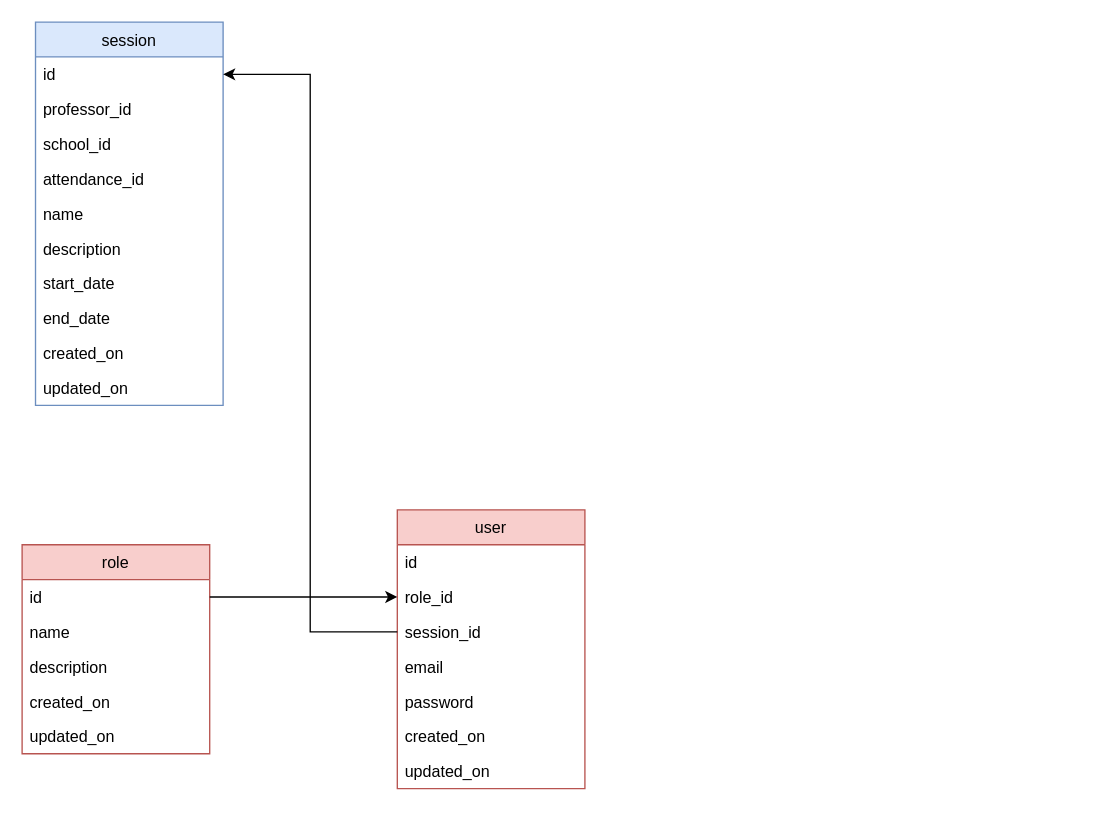
Above: docs/db/db-schema.drawio in F-Baker/montblanc (draw.io), before the change. Source tidied: cells renumbered, new cells numbered last; positions are measured from the earlier drawing's top-left corner, leaving out a move shared by most shapes. Both pictures are drawn from the tidied source at 134%, with x=0, y=0 at pixel (21, 21).
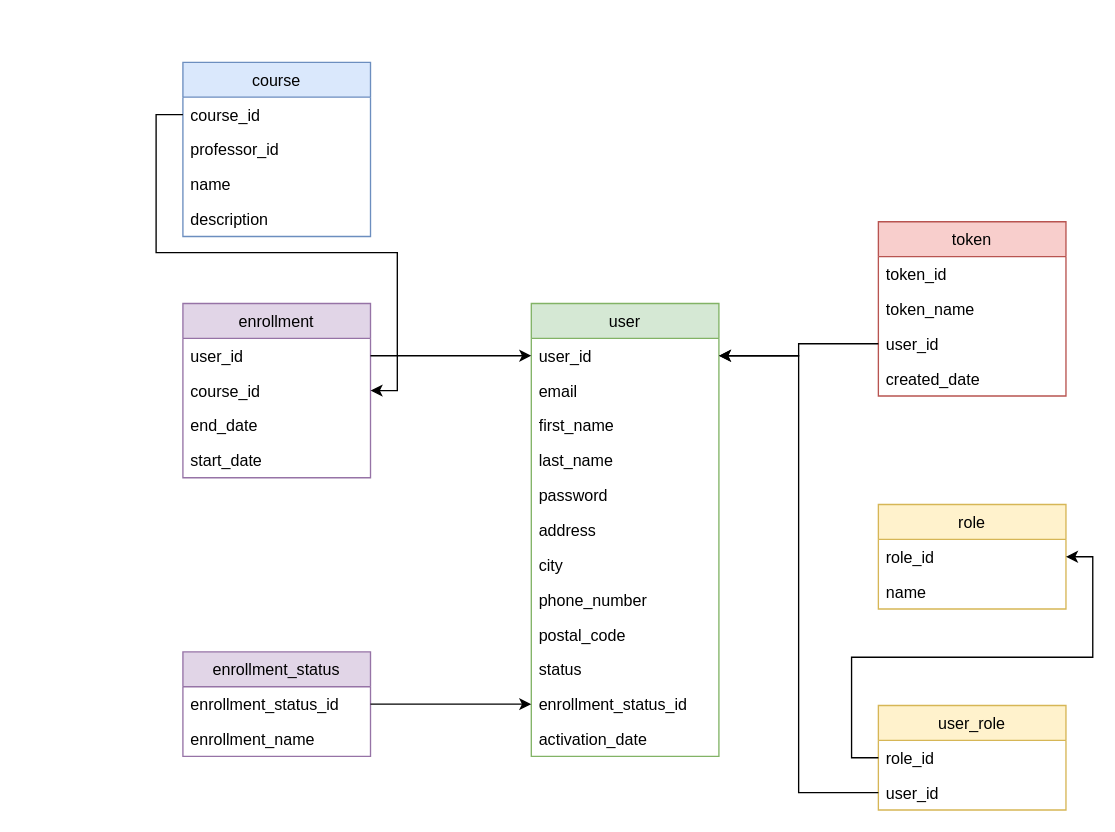
Above is the later version.

Diff of the diagram source:
```diff
@@
-    <mxCell id="2" value="role" style="swimlane;fontStyle=0;horizontal=1;startSize=26;fillColor=#f8cecc;strokeColor=#b85450;" parent="1" vertex="1">
-      <mxGeometry y="390" width="140" height="156" as="geometry" />
+    <mxCell id="2" value="role" style="swimlane;fontStyle=0;horizontal=1;startSize=26;fillColor=#fff2cc;strokeColor=#d6b656;" parent="1" vertex="1">
+      <mxGeometry x="639" y="360" width="140" height="78" as="geometry" />
     </mxCell>
-    <mxCell id="3" value="id" style="text;strokeColor=none;fillColor=none;align=left;verticalAlign=top;spacingLeft=4;spacingRight=4;overflow=hidden;points=[[0,0.5],[1,0.5]];portConstraint=eastwest;" parent="2" vertex="1">
+    <mxCell id="3" value="role_id" style="text;strokeColor=none;fillColor=none;align=left;verticalAlign=top;spacingLeft=4;spacingRight=4;overflow=hidden;points=[[0,0.5],[1,0.5]];portConstraint=eastwest;" parent="2" vertex="1">
       <mxGeometry y="26" width="140" height="26" as="geometry" />
     </mxCell>
@@
-    <mxCell id="5" value="description" style="text;strokeColor=none;fillColor=none;align=left;verticalAlign=top;spacingLeft=4;spacingRight=4;overflow=hidden;" parent="2" vertex="1">
-      <mxGeometry y="78" width="140" height="26" as="geometry" />
-    </mxCell>
-    <mxCell id="6" value="created_on" style="text;strokeColor=none;fillColor=none;align=left;verticalAlign=top;spacingLeft=4;spacingRight=4;overflow=hidden;" parent="2" vertex="1">
-      <mxGeometry y="104" width="140" height="26" as="geometry" />
-    </mxCell>
-    <mxCell id="7" value="updated_on" style="text;strokeColor=none;fillColor=none;align=left;verticalAlign=top;spacingLeft=4;spacingRight=4;overflow=hidden;" parent="2" vertex="1">
-      <mxGeometry y="130" width="140" height="26" as="geometry" />
-    </mxCell>
-    <mxCell id="8" value="user" style="swimlane;fontStyle=0;horizontal=1;startSize=26;fillColor=#f8cecc;strokeColor=#b85450;" parent="1" vertex="1">
-      <mxGeometry x="280" y="364" width="140" height="208" as="geometry" />
+    <mxCell id="8" value="user" style="swimlane;fontStyle=0;horizontal=1;startSize=26;fillColor=#d5e8d4;strokeColor=#82b366;" parent="1" vertex="1">
+      <mxGeometry x="380" y="210" width="140" height="338" as="geometry" />
     </mxCell>
-    <mxCell id="9" value="id" style="text;strokeColor=none;fillColor=none;align=left;verticalAlign=top;spacingLeft=4;spacingRight=4;overflow=hidden;points=[[0,0.5],[1,0.5]];portConstraint=eastwest;" parent="8" vertex="1">
+    <mxCell id="9" value="user_id" style="text;strokeColor=none;fillColor=none;align=left;verticalAlign=top;spacingLeft=4;spacingRight=4;overflow=hidden;points=[[0,0.5],[1,0.5]];portConstraint=eastwest;" parent="8" vertex="1">
       <mxGeometry y="26" width="140" height="26" as="geometry" />
     </mxCell>
-    <mxCell id="10" value="role_id" style="text;strokeColor=none;fillColor=none;align=left;verticalAlign=top;spacingLeft=4;spacingRight=4;overflow=hidden;points=[[0,0.5],[1,0.5]];portConstraint=eastwest;" parent="8" vertex="1">
+    <mxCell id="10" value="email" style="text;strokeColor=none;fillColor=none;align=left;verticalAlign=top;spacingLeft=4;spacingRight=4;overflow=hidden;points=[[0,0.5],[1,0.5]];portConstraint=eastwest;" parent="8" vertex="1">
       <mxGeometry y="52" width="140" height="26" as="geometry" />
     </mxCell>
-    <mxCell id="11" value="session_id" style="text;strokeColor=none;fillColor=none;align=left;verticalAlign=top;spacingLeft=4;spacingRight=4;overflow=hidden;points=[[0,0.5],[1,0.5]];portConstraint=eastwest;" parent="8" vertex="1">
+    <mxCell id="11" value="first_name" style="text;strokeColor=none;fillColor=none;align=left;verticalAlign=top;spacingLeft=4;spacingRight=4;overflow=hidden;points=[[0,0.5],[1,0.5]];portConstraint=eastwest;" parent="8" vertex="1">
       <mxGeometry y="78" width="140" height="26" as="geometry" />
     </mxCell>
-    <mxCell id="12" value="email&#10;" style="text;strokeColor=none;fillColor=none;align=left;verticalAlign=top;spacingLeft=4;spacingRight=4;overflow=hidden;" parent="8" vertex="1">
+    <mxCell id="12" value="last_name" style="text;strokeColor=none;fillColor=none;align=left;verticalAlign=top;spacingLeft=4;spacingRight=4;overflow=hidden;" parent="8" vertex="1">
       <mxGeometry y="104" width="140" height="26" as="geometry" />
     </mxCell>
@@
-    <mxCell id="14" value="created_on" style="text;strokeColor=none;fillColor=none;align=left;verticalAlign=top;spacingLeft=4;spacingRight=4;overflow=hidden;" parent="8" vertex="1">
+    <mxCell id="14" value="address" style="text;strokeColor=none;fillColor=none;align=left;verticalAlign=top;spacingLeft=4;spacingRight=4;overflow=hidden;" parent="8" vertex="1">
       <mxGeometry y="156" width="140" height="26" as="geometry" />
     </mxCell>
-    <mxCell id="15" value="updated_on" style="text;strokeColor=none;fillColor=none;align=left;verticalAlign=top;spacingLeft=4;spacingRight=4;overflow=hidden;" parent="8" vertex="1">
-      <mxGeometry y="182" width="140" height="26" as="geometry" />
-    </mxCell>
+    <mxCell id="29" value="city" style="text;strokeColor=none;fillColor=none;align=left;verticalAlign=top;spacingLeft=4;spacingRight=4;overflow=hidden;" parent="8" vertex="1">
+      <mxGeometry y="182" width="140" height="26" as="geometry" />
+    </mxCell>
+    <mxCell id="30" value="phone_number" style="text;strokeColor=none;fillColor=none;align=left;verticalAlign=top;spacingLeft=4;spacingRight=4;overflow=hidden;" parent="8" vertex="1">
+      <mxGeometry y="208" width="140" height="26" as="geometry" />
+    </mxCell>
+    <mxCell id="31" value="postal_code" style="text;strokeColor=none;fillColor=none;align=left;verticalAlign=top;spacingLeft=4;spacingRight=4;overflow=hidden;" parent="8" vertex="1">
+      <mxGeometry y="234" width="140" height="26" as="geometry" />
+    </mxCell>
+    <mxCell id="32" value="status" style="text;strokeColor=none;fillColor=none;align=left;verticalAlign=top;spacingLeft=4;spacingRight=4;overflow=hidden;" parent="8" vertex="1">
+      <mxGeometry y="260" width="140" height="26" as="geometry" />
+    </mxCell>
+    <mxCell id="33" value="enrollment_status_id" style="text;strokeColor=none;fillColor=none;align=left;verticalAlign=top;spacingLeft=4;spacingRight=4;overflow=hidden;points=[[0,0.5],[1,0.5]];portConstraint=eastwest;" parent="8" vertex="1">
+      <mxGeometry y="286" width="140" height="26" as="geometry" />
+    </mxCell>
+    <mxCell id="34" value="activation_date" style="text;strokeColor=none;fillColor=none;align=left;verticalAlign=top;spacingLeft=4;spacingRight=4;overflow=hidden;" parent="8" vertex="1">
+      <mxGeometry y="312" width="140" height="26" as="geometry" />
+    </mxCell>
-    <mxCell id="16" value="session" style="swimlane;fontStyle=0;horizontal=1;startSize=26;fillColor=#dae8fc;strokeColor=#6c8ebf;" parent="1" vertex="1">
-      <mxGeometry x="10" width="140" height="286" as="geometry" />
+    <mxCell id="16" value="course" style="swimlane;fontStyle=0;horizontal=1;startSize=26;fillColor=#dae8fc;strokeColor=#6c8ebf;" parent="1" vertex="1">
+      <mxGeometry x="120" y="30" width="140" height="130" as="geometry" />
     </mxCell>
-    <mxCell id="17" value="id" style="text;strokeColor=none;fillColor=none;align=left;verticalAlign=top;spacingLeft=4;spacingRight=4;overflow=hidden;points=[[0,0.5],[1,0.5]];portConstraint=eastwest;" parent="16" vertex="1">
+    <mxCell id="17" value="course_id" style="text;strokeColor=none;fillColor=none;align=left;verticalAlign=top;spacingLeft=4;spacingRight=4;overflow=hidden;points=[[0,0.5],[1,0.5]];portConstraint=eastwest;" parent="16" vertex="1">
       <mxGeometry y="26" width="140" height="26" as="geometry" />
     </mxCell>
@@
-    <mxCell id="19" value="school_id" style="text;strokeColor=none;fillColor=none;align=left;verticalAlign=top;spacingLeft=4;spacingRight=4;overflow=hidden;" parent="16" vertex="1">
-      <mxGeometry y="78" width="140" height="26" as="geometry" />
-    </mxCell>
-    <mxCell id="20" value="attendance_id" style="text;strokeColor=none;fillColor=none;align=left;verticalAlign=top;spacingLeft=4;spacingRight=4;overflow=hidden;" parent="16" vertex="1">
-      <mxGeometry y="104" width="140" height="26" as="geometry" />
-    </mxCell>
     <mxCell id="21" value="name" style="text;strokeColor=none;fillColor=none;align=left;verticalAlign=top;spacingLeft=4;spacingRight=4;overflow=hidden;" parent="16" vertex="1">
-      <mxGeometry y="130" width="140" height="26" as="geometry" />
+      <mxGeometry y="78" width="140" height="26" as="geometry" />
     </mxCell>
     <mxCell id="22" value="description" style="text;strokeColor=none;fillColor=none;align=left;verticalAlign=top;spacingLeft=4;spacingRight=4;overflow=hidden;" parent="16" vertex="1">
-      <mxGeometry y="156" width="140" height="26" as="geometry" />
+      <mxGeometry y="104" width="140" height="26" as="geometry" />
     </mxCell>
+    <mxCell id="35" value="user_role" style="swimlane;fontStyle=0;horizontal=1;startSize=26;fillColor=#fff2cc;strokeColor=#d6b656;" parent="1" vertex="1">
+      <mxGeometry x="639" y="510" width="140" height="78" as="geometry" />
+    </mxCell>
+    <mxCell id="36" value="role_id" style="text;strokeColor=none;fillColor=none;align=left;verticalAlign=top;spacingLeft=4;spacingRight=4;overflow=hidden;points=[[0,0.5],[1,0.5]];portConstraint=eastwest;" parent="35" vertex="1">
+      <mxGeometry y="26" width="140" height="26" as="geometry" />
+    </mxCell>
+    <mxCell id="37" value="user_id" style="text;strokeColor=none;fillColor=none;align=left;verticalAlign=top;spacingLeft=4;spacingRight=4;overflow=hidden;points=[[0,0.5],[1,0.5]];portConstraint=eastwest;" parent="35" vertex="1">
+      <mxGeometry y="52" width="140" height="26" as="geometry" />
+    </mxCell>
+    <mxCell id="38" value="token" style="swimlane;fontStyle=0;horizontal=1;startSize=26;fillColor=#f8cecc;strokeColor=#b85450;" parent="1" vertex="1">
+      <mxGeometry x="639" y="149" width="140" height="130" as="geometry" />
+    </mxCell>
+    <mxCell id="39" value="token_id" style="text;strokeColor=none;fillColor=none;align=left;verticalAlign=top;spacingLeft=4;spacingRight=4;overflow=hidden;" parent="38" vertex="1">
+      <mxGeometry y="26" width="140" height="26" as="geometry" />
+    </mxCell>
+    <mxCell id="40" value="token_name" style="text;strokeColor=none;fillColor=none;align=left;verticalAlign=top;spacingLeft=4;spacingRight=4;overflow=hidden;" parent="38" vertex="1">
+      <mxGeometry y="52" width="140" height="26" as="geometry" />
+    </mxCell>
+    <mxCell id="41" value="user_id" style="text;strokeColor=none;fillColor=none;align=left;verticalAlign=top;spacingLeft=4;spacingRight=4;overflow=hidden;points=[[0,0.5],[1,0.5]];portConstraint=eastwest;" parent="38" vertex="1">
+      <mxGeometry y="78" width="140" height="26" as="geometry" />
+    </mxCell>
+    <mxCell id="42" value="created_date" style="text;strokeColor=none;fillColor=none;align=left;verticalAlign=top;spacingLeft=4;spacingRight=4;overflow=hidden;" parent="38" vertex="1">
+      <mxGeometry y="104" width="140" height="26" as="geometry" />
+    </mxCell>
+    <mxCell id="43" value="enrollment_status" style="swimlane;fontStyle=0;horizontal=1;startSize=26;fillColor=#e1d5e7;strokeColor=#9673a6;" parent="1" vertex="1">
+      <mxGeometry x="120" y="470" width="140" height="78" as="geometry" />
+    </mxCell>
+    <mxCell id="44" value="enrollment_status_id" style="text;strokeColor=none;fillColor=none;align=left;verticalAlign=top;spacingLeft=4;spacingRight=4;overflow=hidden;points=[[0,0.5],[1,0.5]];portConstraint=eastwest;" parent="43" vertex="1">
+      <mxGeometry y="26" width="140" height="26" as="geometry" />
+    </mxCell>
+    <mxCell id="45" value="enrollment_name" style="text;strokeColor=none;fillColor=none;align=left;verticalAlign=top;spacingLeft=4;spacingRight=4;overflow=hidden;" parent="43" vertex="1">
+      <mxGeometry y="52" width="140" height="26" as="geometry" />
+    </mxCell>
+    <mxCell id="46" value="enrollment" style="swimlane;fontStyle=0;horizontal=1;startSize=26;fillColor=#e1d5e7;strokeColor=#9673a6;" parent="1" vertex="1">
+      <mxGeometry x="120" y="210" width="140" height="130" as="geometry" />
+    </mxCell>
+    <mxCell id="47" value="user_id" style="text;strokeColor=none;fillColor=none;align=left;verticalAlign=top;spacingLeft=4;spacingRight=4;overflow=hidden;points=[[0,0.5],[1,0.5]];portConstraint=eastwest;" parent="46" vertex="1">
+      <mxGeometry y="26" width="140" height="26" as="geometry" />
+    </mxCell>
+    <mxCell id="48" value="course_id" style="text;strokeColor=none;fillColor=none;align=left;verticalAlign=top;spacingLeft=4;spacingRight=4;overflow=hidden;points=[[0,0.5],[1,0.5]];portConstraint=eastwest;" parent="46" vertex="1">
+      <mxGeometry y="52" width="140" height="26" as="geometry" />
+    </mxCell>
+    <mxCell id="24" value="end_date" style="text;strokeColor=none;fillColor=none;align=left;verticalAlign=top;spacingLeft=4;spacingRight=4;overflow=hidden;" parent="46" vertex="1">
+      <mxGeometry y="78" width="140" height="26" as="geometry" />
+    </mxCell>
-    <mxCell id="23" value="start_date" style="text;strokeColor=none;fillColor=none;align=left;verticalAlign=top;spacingLeft=4;spacingRight=4;overflow=hidden;" parent="16" vertex="1">
-      <mxGeometry y="182" width="140" height="26" as="geometry" />
+    <mxCell id="23" value="start_date" style="text;strokeColor=none;fillColor=none;align=left;verticalAlign=top;spacingLeft=4;spacingRight=4;overflow=hidden;" parent="46" vertex="1">
+      <mxGeometry y="104" width="140" height="26" as="geometry" />
     </mxCell>
-    <mxCell id="24" value="end_date" style="text;strokeColor=none;fillColor=none;align=left;verticalAlign=top;spacingLeft=4;spacingRight=4;overflow=hidden;" parent="16" vertex="1">
-      <mxGeometry y="208" width="140" height="26" as="geometry" />
-    </mxCell>
-    <mxCell id="25" value="created_on" style="text;strokeColor=none;fillColor=none;align=left;verticalAlign=top;spacingLeft=4;spacingRight=4;overflow=hidden;" parent="16" vertex="1">
-      <mxGeometry y="234" width="140" height="26" as="geometry" />
-    </mxCell>
-    <mxCell id="26" value="updated_on" style="text;strokeColor=none;fillColor=none;align=left;verticalAlign=top;spacingLeft=4;spacingRight=4;overflow=hidden;" parent="16" vertex="1">
-      <mxGeometry y="260" width="140" height="26" as="geometry" />
-    </mxCell>
-    <mxCell id="27" style="edgeStyle=orthogonalEdgeStyle;rounded=0;jettySize=auto;html=1;" parent="1" edge="1" source="11" target="17">
-      <mxGeometry relative="1" as="geometry" />
-    </mxCell>
-    <mxCell id="28" style="edgeStyle=orthogonalEdgeStyle;rounded=0;jettySize=auto;html=1;" parent="1" edge="1" source="3" target="10">
-      <mxGeometry relative="1" as="geometry" />
-    </mxCell>
+    <mxCell id="49" style="edgeStyle=orthogonalEdgeStyle;rounded=0;jettySize=auto;html=1;" parent="1" edge="1" source="44" target="33">
+      <mxGeometry relative="1" as="geometry" />
+    </mxCell>
+    <mxCell id="50" style="edgeStyle=orthogonalEdgeStyle;rounded=0;jettySize=auto;html=1;" parent="1" edge="1" source="47" target="9">
+      <mxGeometry relative="1" as="geometry" />
+    </mxCell>
+    <mxCell id="51" style="edgeStyle=orthogonalEdgeStyle;rounded=0;jettySize=auto;html=1;" parent="1" edge="1" source="41" target="9">
+      <mxGeometry relative="1" as="geometry" />
+    </mxCell>
+    <mxCell id="52" style="edgeStyle=orthogonalEdgeStyle;rounded=0;jettySize=auto;html=1;" parent="1" edge="1" source="37" target="9">
+      <mxGeometry relative="1" as="geometry" />
+    </mxCell>
+    <mxCell id="53" style="edgeStyle=orthogonalEdgeStyle;rounded=0;jettySize=auto;html=1;" parent="1" edge="1" source="36" target="3">
+      <mxGeometry relative="1" as="geometry" />
+    </mxCell>
+    <mxCell id="54" style="edgeStyle=orthogonalEdgeStyle;rounded=0;jettySize=auto;html=1;" parent="1" edge="1" source="17" target="48">
+      <mxGeometry relative="1" as="geometry" />
+    </mxCell>
```
